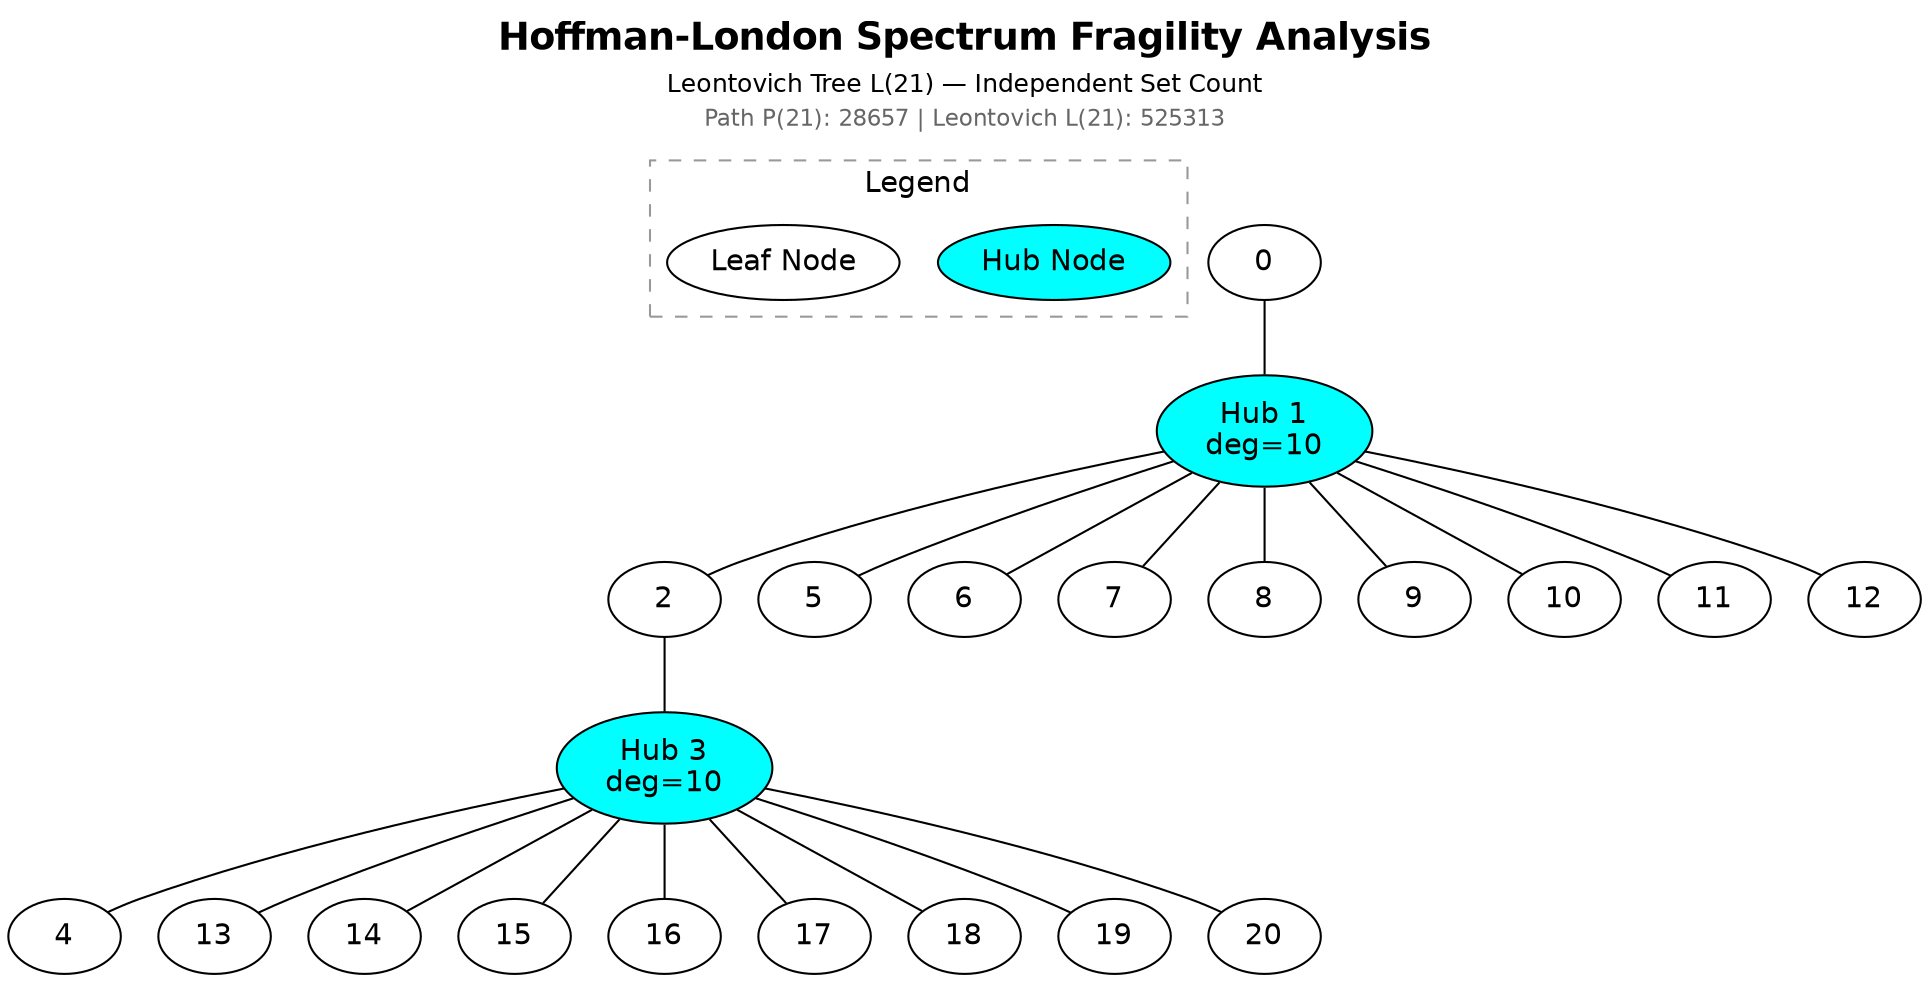
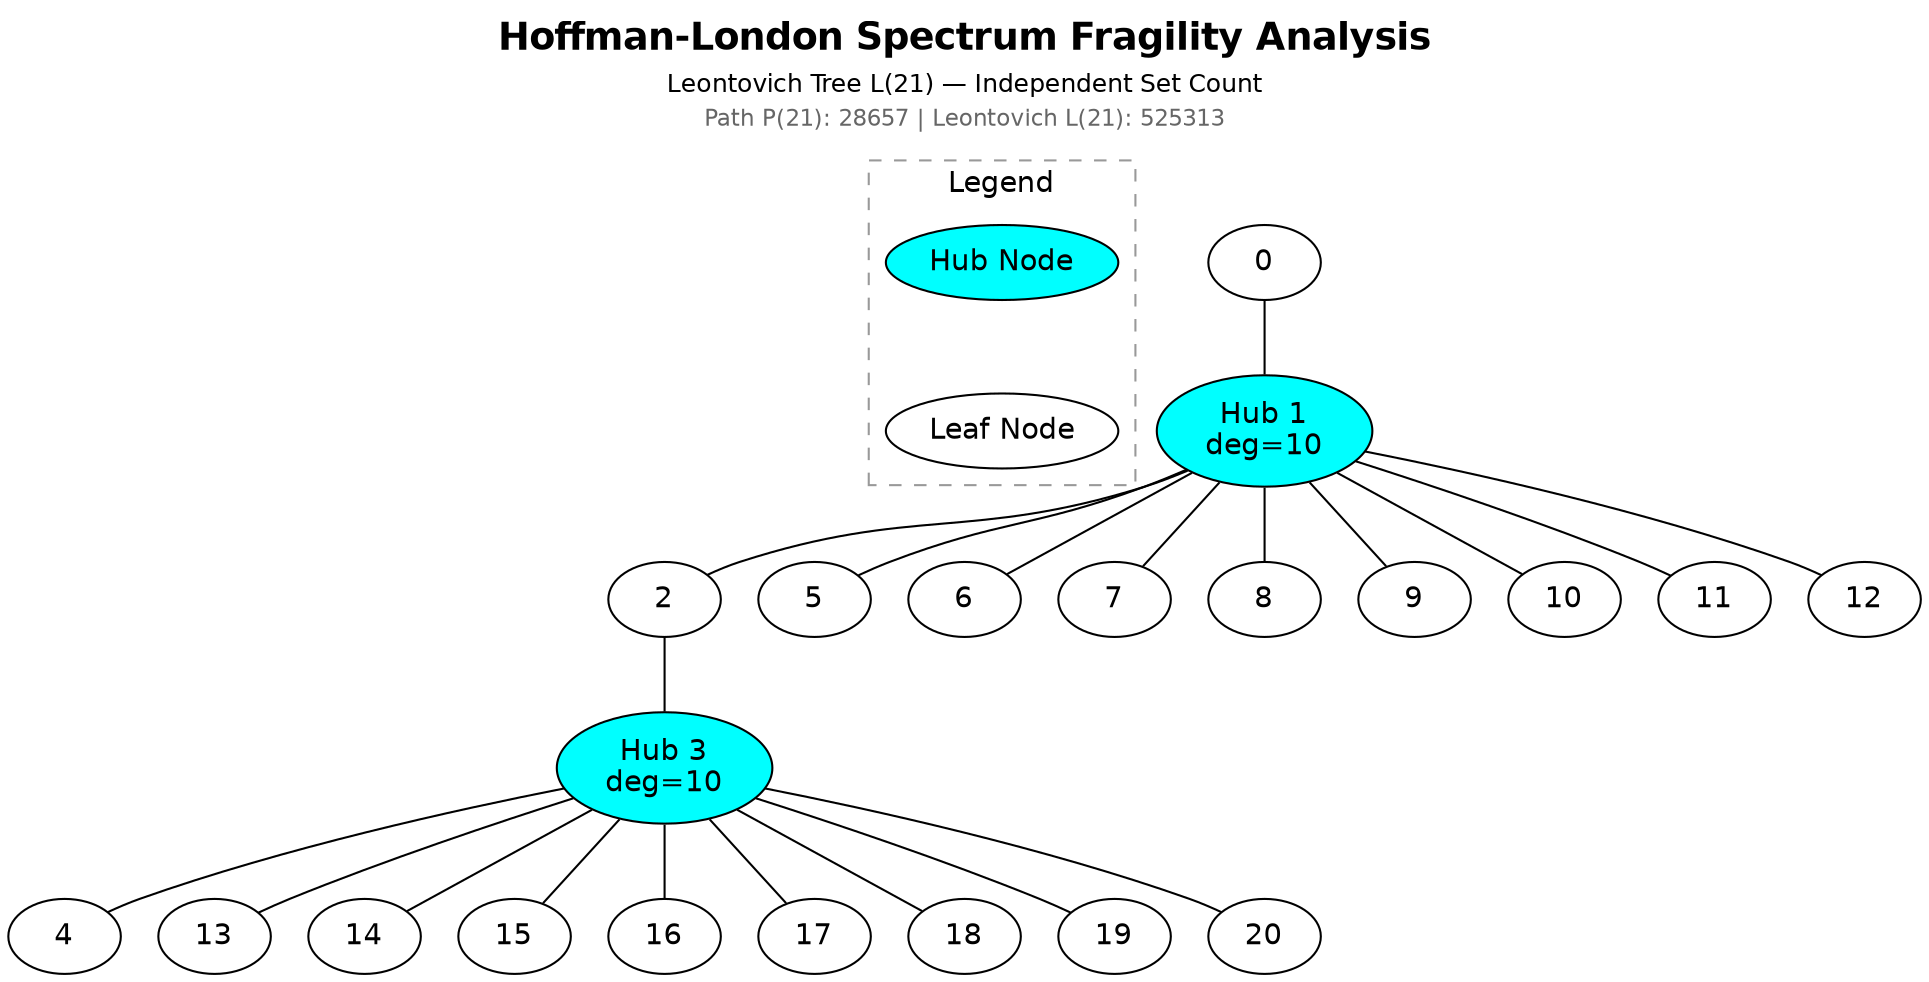
graph Spectrum {
  graph [
    label=<
      <TABLE BORDER="0" CELLSPACING="0">
        <TR><TD><B><FONT POINT-SIZE="18">Hoffman-London Spectrum Fragility Analysis</FONT></B></TD></TR>
        <TR><TD><FONT POINT-SIZE="12">Leontovich Tree L(21) — Independent Set Count</FONT></TD></TR>
        <TR><TD><FONT POINT-SIZE="11" COLOR="gray40">Path P(21): 28657 | Leontovich L(21): 525313</FONT></TD></TR>
      </TABLE>
    >
    labelloc=t
    fontname="Helvetica"
  ];
  node [fontname="Helvetica", style=filled, fillcolor=white];

  subgraph cluster_legend {
    label="Legend";
    fontname="Helvetica";
    style=dashed; color=gray60;
+     rank=source;
    leg_hub [fillcolor=cyan, label="Hub Node"];
    leg_leaf [fillcolor=white, label="Leaf Node"];
+     leg_hub -- leg_leaf [style=invis];
  }

  1 [fillcolor=cyan, label="Hub 1\ndeg=10"];
  3 [fillcolor=cyan, label="Hub 3\ndeg=10"];
+ 
  0 -- 1;
  1 -- 2;
  1 -- 5;
  1 -- 6;
  1 -- 7;
  1 -- 8;
  1 -- 9;
  1 -- 10;
  1 -- 11;
  1 -- 12;
  2 -- 3;
  3 -- 4;
  3 -- 13;
  3 -- 14;
  3 -- 15;
  3 -- 16;
  3 -- 17;
  3 -- 18;
  3 -- 19;
  3 -- 20;
}
